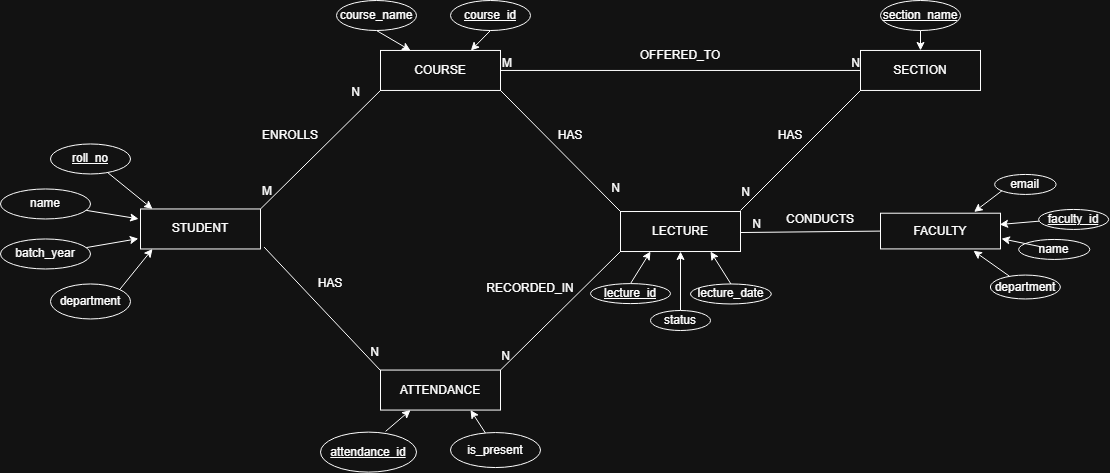
Earlier version of the draw.io export ERD/ATTENDANCE MANAGEMENT ERD.drawio.png (Rajat083/Attendance-Management-System). Source tidied: cells renumbered, new cells last; positions are measured from the earlier drawing's top-left corner, leaving out a move shared by most shapes.
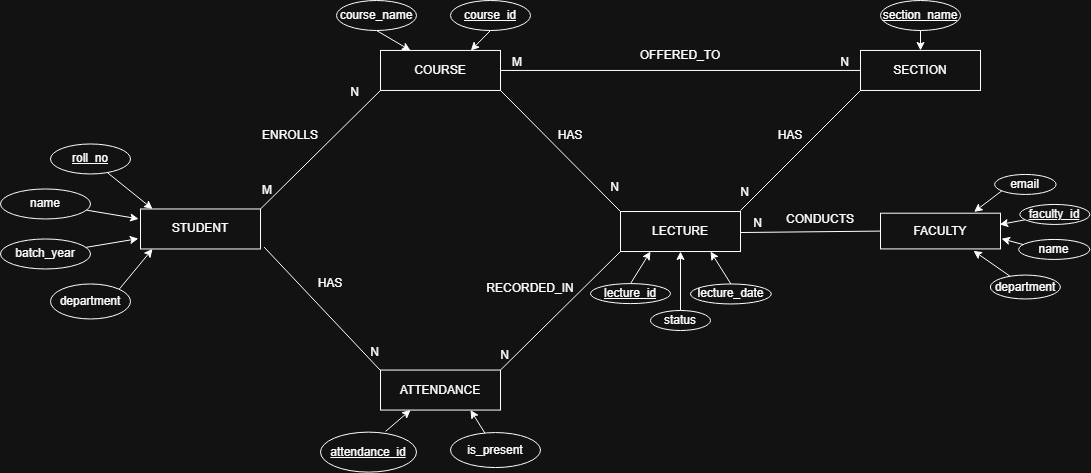
Later version of the same file.

Diff of the diagram source:
```diff
@@ -60,7 +60,7 @@
       <mxGeometry relative="1" as="geometry" />
     </mxCell>
     <mxCell id="21" value="&lt;u&gt;faculty_id&lt;/u&gt;" style="ellipse;whiteSpace=wrap;html=1;align=center;" parent="1" vertex="1">
-      <mxGeometry x="1038.2" y="208.9" width="70" height="20" as="geometry" />
+      <mxGeometry x="1019.3" y="203.9" width="70" height="20" as="geometry" />
     </mxCell>
     <mxCell id="22" style="rounded=0;jettySize=auto;html=1;entryX=0.78;entryY=-0.036;entryDx=0;entryDy=0;entryPerimeter=0;" parent="1" edge="1" target="6">
       <mxGeometry relative="1" as="geometry">
@@ -79,10 +79,8 @@
     <mxCell id="26" style="rounded=0;jettySize=auto;html=1;entryX=0.775;entryY=1.053;entryDx=0;entryDy=0;entryPerimeter=0;" parent="1" edge="1" source="24" target="6">
       <mxGeometry relative="1" as="geometry" />
     </mxCell>
-    <mxCell id="27" style="rounded=0;jettySize=auto;html=1;entryX=1.008;entryY=0.714;entryDx=0;entryDy=0;entryPerimeter=0;" parent="1" edge="1" target="6">
-      <mxGeometry relative="1" as="geometry">
-        <mxPoint x="1039.6" y="246.1" as="sourcePoint" />
-      </mxGeometry>
+    <mxCell id="27" style="rounded=0;jettySize=auto;html=1;entryX=1.008;entryY=0.714;entryDx=0;entryDy=0;entryPerimeter=0;exitX=0.067;exitY=0.26;exitDx=0;exitDy=0;exitPerimeter=0;" parent="1" edge="1" source="25" target="6">
+      <mxGeometry relative="1" as="geometry" />
     </mxCell>
     <mxCell id="28" style="rounded=0;jettySize=auto;html=1;exitX=0.5;exitY=0;exitDx=0;exitDy=0;entryX=0.25;entryY=1;entryDx=0;entryDy=0;" parent="1" edge="1" source="29" target="3">
       <mxGeometry relative="1" as="geometry" />
@@ -139,10 +137,14 @@
       <mxGeometry relative="1" as="geometry" />
     </mxCell>
     <mxCell id="44" value="M" style="html=1;whiteSpace=wrap;align=left;verticalAlign=bottom;" parent="43" vertex="1">
-      <mxGeometry x="-1" relative="1" as="geometry" />
+      <mxGeometry x="-1" relative="1" as="geometry">
+        <mxPoint x="10" as="offset" />
+      </mxGeometry>
     </mxCell>
     <mxCell id="45" value="N" style="html=1;whiteSpace=wrap;align=right;verticalAlign=bottom;" parent="43" vertex="1">
-      <mxGeometry x="1" relative="1" as="geometry" />
+      <mxGeometry x="1" relative="1" as="geometry">
+        <mxPoint x="-10" as="offset" />
+      </mxGeometry>
     </mxCell>
     <mxCell id="46" style="endArrow=none;html=1;rounded=0;entryX=1.003;entryY=0.525;entryDx=0;entryDy=0;entryPerimeter=0;exitX=-0.004;exitY=0.501;exitDx=0;exitDy=0;exitPerimeter=0;" parent="1" edge="1" source="6" target="3">
       <mxGeometry relative="1" as="geometry" />
```
